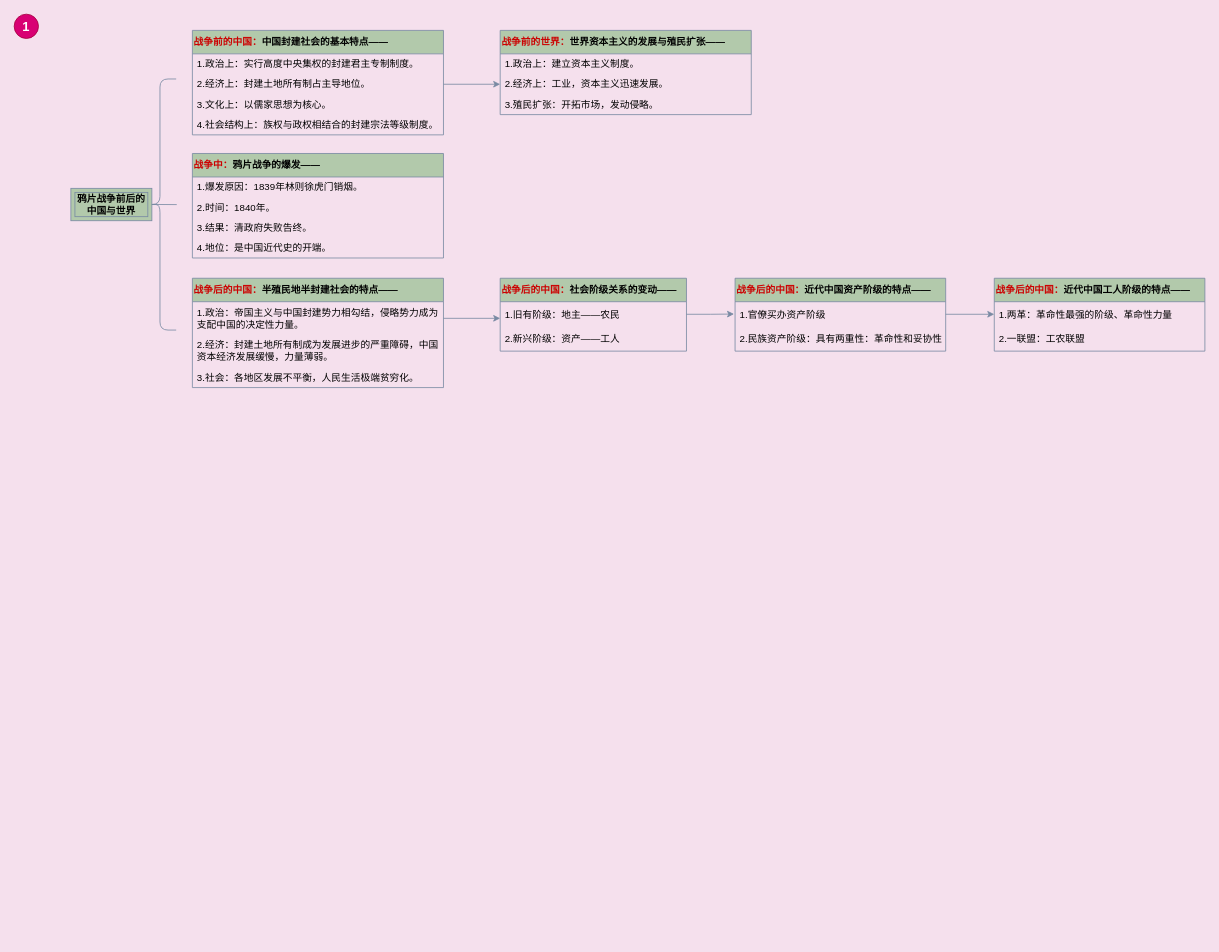
tianjianyijue/Dashixiong keeps this draw.io diagram as 01/中国近代史纲要.drawio. Above is the earlier version. Source tidied: cells renumbered, new cells numbered last; positions are measured from the earlier drawing's top-left corner, leaving out a move shared by most shapes. Both pictures are drawn from the tidied source at 81%, with x=0, y=0 at pixel (14, 14).
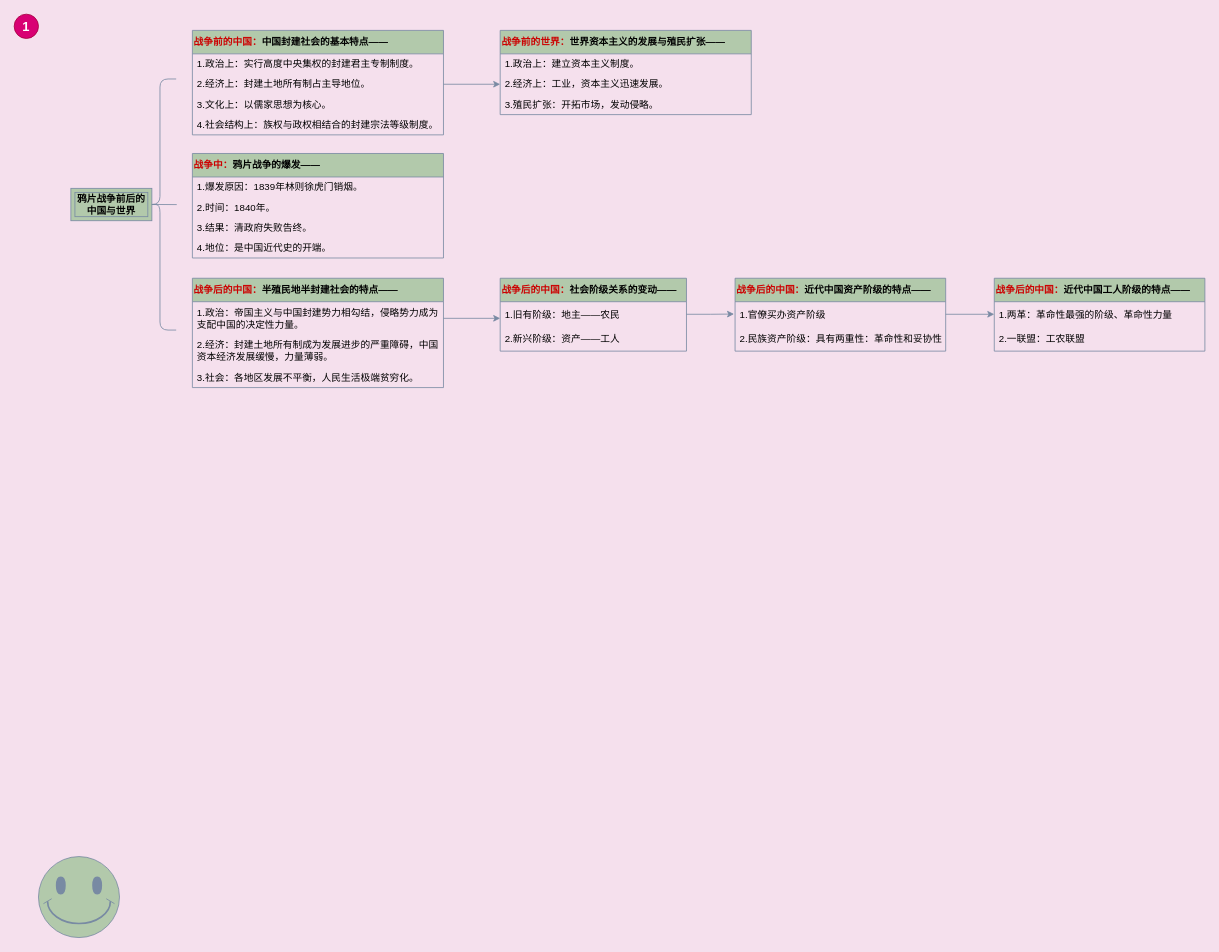
The same page after the edit.

Commit message (it also covers changes not shown here):
更新中国近代史纲要.drawio

What changed in the source:
```diff
@@
+    <mxCell id="37" style="verticalLabelPosition=bottom;verticalAlign=top;html=1;shape=mxgraph.basic.smiley;strokeColor=#788AA3;fontColor=#46495D;fillColor=#B2C9AB;" parent="1" vertex="1">
+      <mxGeometry x="30" y="1040" width="100" height="100" as="geometry" />
+    </mxCell>
```
